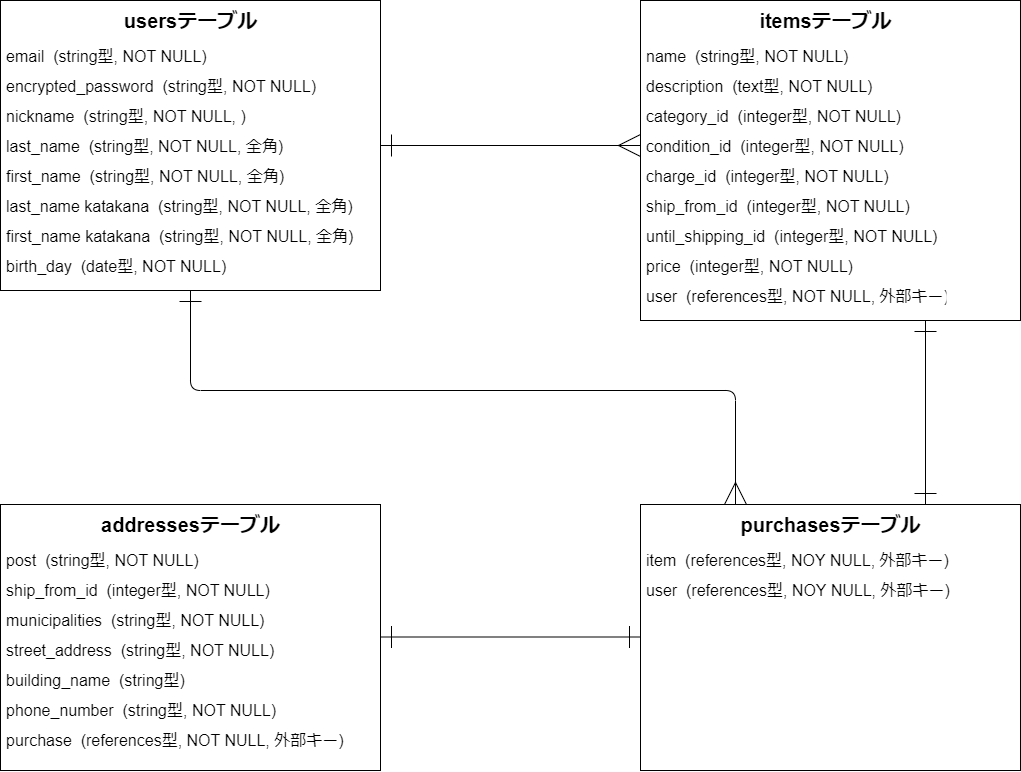
Above: .drawio.png in piyofisu/furima-41017 (draw.io), before the change. Source tidied: cells renumbered, new cells last; positions are measured from the earlier drawing's top-left corner, leaving out a move shared by most shapes.
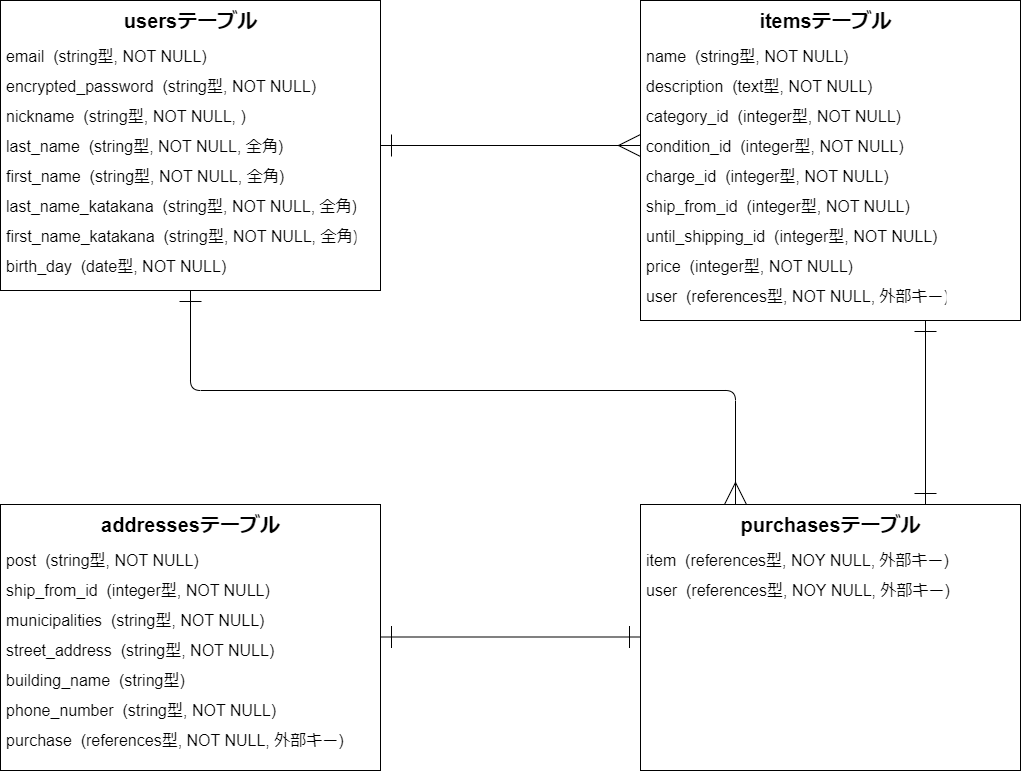
Later version of the same file.

Commit message:
バリデーション設定

Change to the diagram source:
```diff
@@ -28,7 +28,7 @@
     <mxCell id="8" value="first_name  (string型, NOT NULL, 全角)" style="text;strokeColor=none;fillColor=none;spacingLeft=4;spacingRight=4;overflow=hidden;fontSize=16;" parent="1" vertex="1">
       <mxGeometry y="160" width="300" height="30" as="geometry" />
     </mxCell>
-    <mxCell id="9" value="last_name katakana  (string型, NOT NULL, 全角)" style="text;strokeColor=none;fillColor=none;spacingLeft=4;spacingRight=4;overflow=hidden;fontSize=16;" parent="1" vertex="1">
+    <mxCell id="9" value="last_name_katakana  (string型, NOT NULL, 全角)" style="text;strokeColor=none;fillColor=none;spacingLeft=4;spacingRight=4;overflow=hidden;fontSize=16;" parent="1" vertex="1">
       <mxGeometry y="190" width="360" height="30" as="geometry" />
     </mxCell>
     <mxCell id="10" value="last_name  (string型, NOT NULL, 全角)" style="text;strokeColor=none;fillColor=none;spacingLeft=4;spacingRight=4;overflow=hidden;fontSize=16;" parent="1" vertex="1">
@@ -37,7 +37,7 @@
     <mxCell id="11" value="encrypted_password  (string型, NOT NULL)" style="text;strokeColor=none;fillColor=none;spacingLeft=4;spacingRight=4;overflow=hidden;fontSize=16;" parent="1" vertex="1">
       <mxGeometry y="70" width="330" height="30" as="geometry" />
     </mxCell>
-    <mxCell id="12" value="first_name katakana  (string型, NOT NULL, 全角)" style="text;strokeColor=none;fillColor=none;spacingLeft=4;spacingRight=4;overflow=hidden;fontSize=16;" parent="1" vertex="1">
+    <mxCell id="12" value="first_name_katakana  (string型, NOT NULL, 全角)" style="text;strokeColor=none;fillColor=none;spacingLeft=4;spacingRight=4;overflow=hidden;fontSize=16;" parent="1" vertex="1">
       <mxGeometry y="220" width="360" height="30" as="geometry" />
     </mxCell>
     <mxCell id="13" value="birth_day  (date型, NOT NULL)" style="text;strokeColor=none;fillColor=none;spacingLeft=4;spacingRight=4;overflow=hidden;fontSize=16;" parent="1" vertex="1">
```
